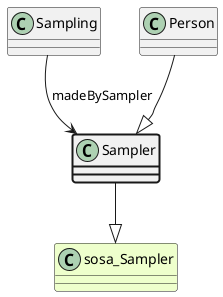
The PlantUML diagram ttl_uml/ttl_appn_Sampler.png in aus-plant-phenomics-network/appn-schema, before a commit.
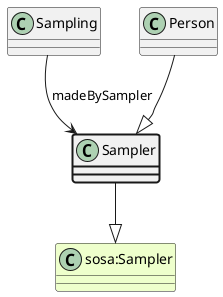
Later version of the same file.

The edit, as a diff of the source:
```diff
@@ -1,7 +1,7 @@
 @startuml
 class Sampler  #line.bold
-class sosa_Sampler #EEFFCC
-Sampler --|> sosa_Sampler
+class "sosa:Sampler" #EEFFCC
+Sampler --|> "sosa:Sampler"
 class Sampling
 Sampling --> Sampler : madeBySampler
 class Person
```
